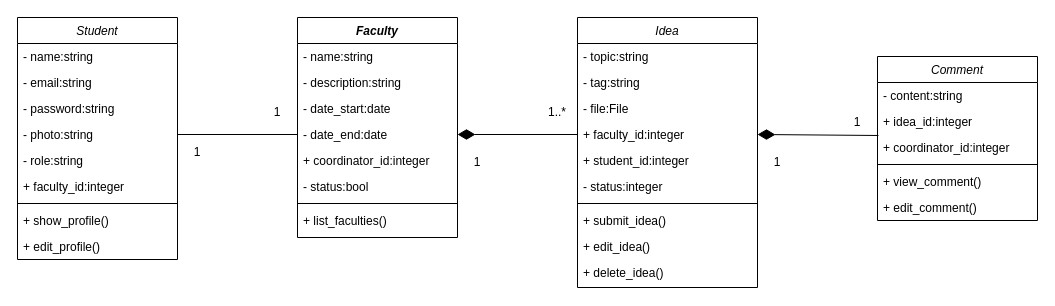
HungBuii/creative_ideas_project_1 keeps this draw.io diagram as page "Student" (5 of 5) of Database System Design diagram/Class Diagram.drawio. Above is the earlier version. Source tidied: cells renumbered, new cells numbered last; positions are measured from the earlier drawing's top-left corner, leaving out a move shared by most shapes. Both pictures are drawn from the tidied source at 100%, with x=0, y=0 at pixel (17, 17).
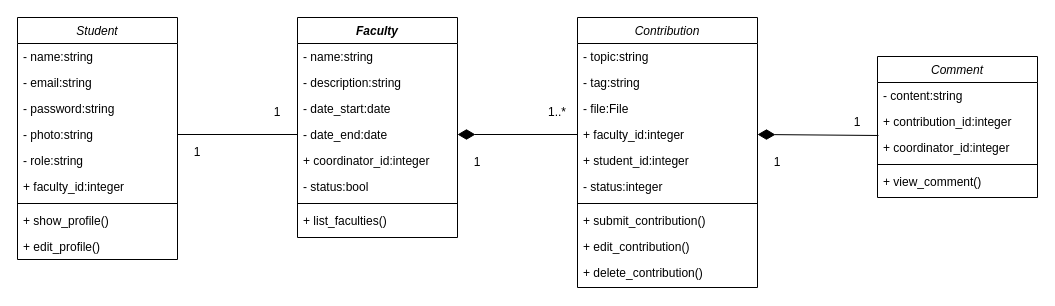
The same diagram, later.

What changed in the source:
```diff
@@
-    <mxCell id="24" value="Idea" style="swimlane;fontStyle=2;align=center;verticalAlign=top;horizontal=1;startSize=26;rounded=0;shadow=0;strokeWidth=1;" parent="1" vertex="1">
+    <mxCell id="24" value="Contribution" style="swimlane;fontStyle=2;align=center;verticalAlign=top;horizontal=1;startSize=26;rounded=0;shadow=0;strokeWidth=1;" parent="1" vertex="1">
       <mxGeometry x="560" width="180" height="270" as="geometry" />
     </mxCell>
@@
-    <mxCell id="32" value="+ submit_idea()" style="text;align=left;verticalAlign=top;spacingLeft=4;spacingRight=4;overflow=hidden;" parent="24" vertex="1">
+    <mxCell id="32" value="+ submit_contribution()" style="text;align=left;verticalAlign=top;spacingLeft=4;spacingRight=4;overflow=hidden;" parent="24" vertex="1">
       <mxGeometry y="190" width="180" height="26" as="geometry" />
     </mxCell>
-    <mxCell id="33" value="+ edit_idea()" style="text;align=left;verticalAlign=top;spacingLeft=4;spacingRight=4;overflow=hidden;" parent="24" vertex="1">
+    <mxCell id="33" value="+ edit_contribution()" style="text;align=left;verticalAlign=top;spacingLeft=4;spacingRight=4;overflow=hidden;" parent="24" vertex="1">
       <mxGeometry y="216" width="180" height="26" as="geometry" />
     </mxCell>
-    <mxCell id="34" value="+ delete_idea()" style="text;align=left;verticalAlign=top;spacingLeft=4;spacingRight=4;overflow=hidden;" parent="24" vertex="1">
+    <mxCell id="34" value="+ delete_contribution()" style="text;align=left;verticalAlign=top;spacingLeft=4;spacingRight=4;overflow=hidden;" parent="24" vertex="1">
       <mxGeometry y="242" width="180" height="26" as="geometry" />
     </mxCell>
@@
     <mxCell id="38" value="Comment" style="swimlane;fontStyle=2;align=center;verticalAlign=top;horizontal=1;startSize=26;rounded=0;shadow=0;strokeWidth=1;" parent="1" vertex="1">
-      <mxGeometry x="860" y="39" width="160" height="164" as="geometry" />
+      <mxGeometry x="860" y="39" width="160" height="141" as="geometry" />
     </mxCell>
@@
-    <mxCell id="40" value="+ idea_id:integer" style="text;align=left;verticalAlign=top;spacingLeft=4;spacingRight=4;overflow=hidden;rounded=0;shadow=0;html=0;" parent="38" vertex="1">
+    <mxCell id="40" value="+ contribution_id:integer" style="text;align=left;verticalAlign=top;spacingLeft=4;spacingRight=4;overflow=hidden;rounded=0;shadow=0;html=0;" parent="38" vertex="1">
       <mxGeometry y="52" width="160" height="26" as="geometry" />
     </mxCell>
@@
-    <mxCell id="44" value="+ edit_comment()" style="text;align=left;verticalAlign=top;spacingLeft=4;spacingRight=4;overflow=hidden;" parent="38" vertex="1">
-      <mxGeometry y="138" width="160" height="26" as="geometry" />
-    </mxCell>
```
